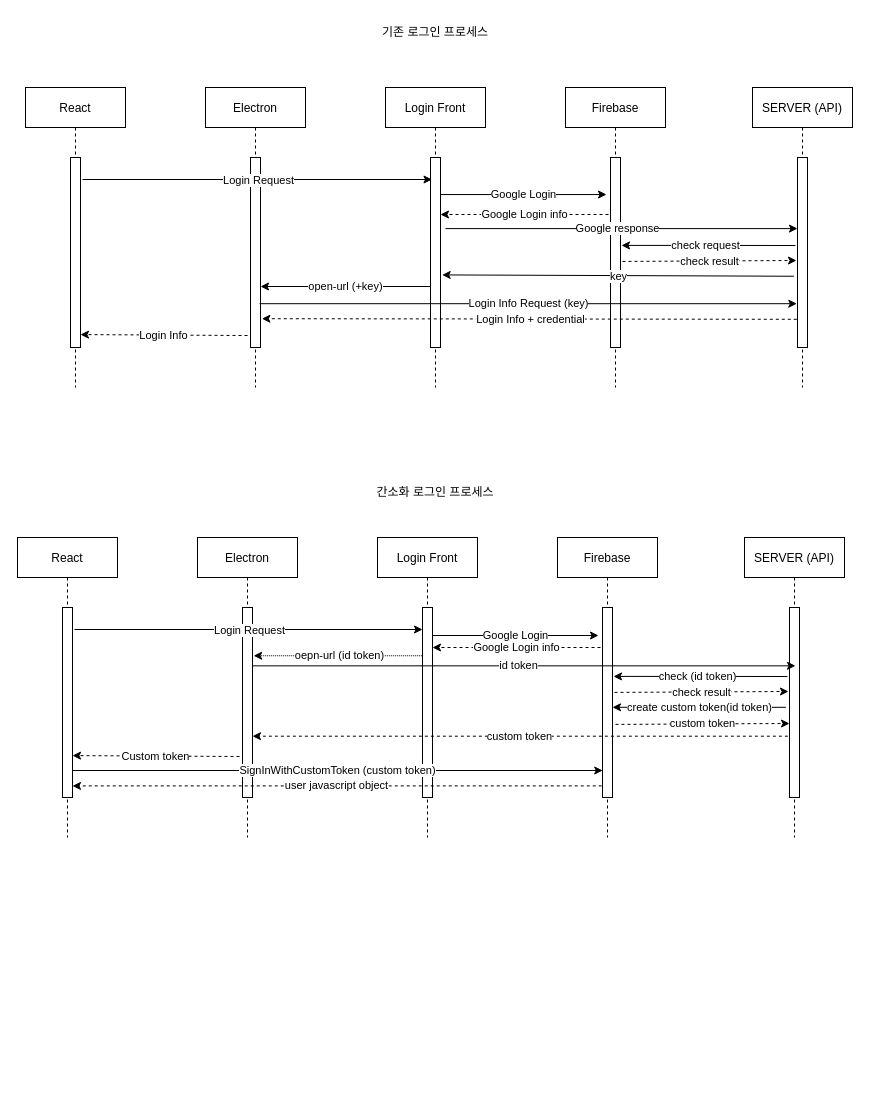
Before: PMS-login-process/Untitled Diagram.drawio in dev-hikun/save-draw-io, a draw.io diagram. Source tidied: cells renumbered, new cells numbered last; positions are measured from the earlier drawing's top-left corner, leaving out a move shared by most shapes. Both pictures are drawn from the tidied source at 100%, with x=0, y=0 at pixel (17, 17).
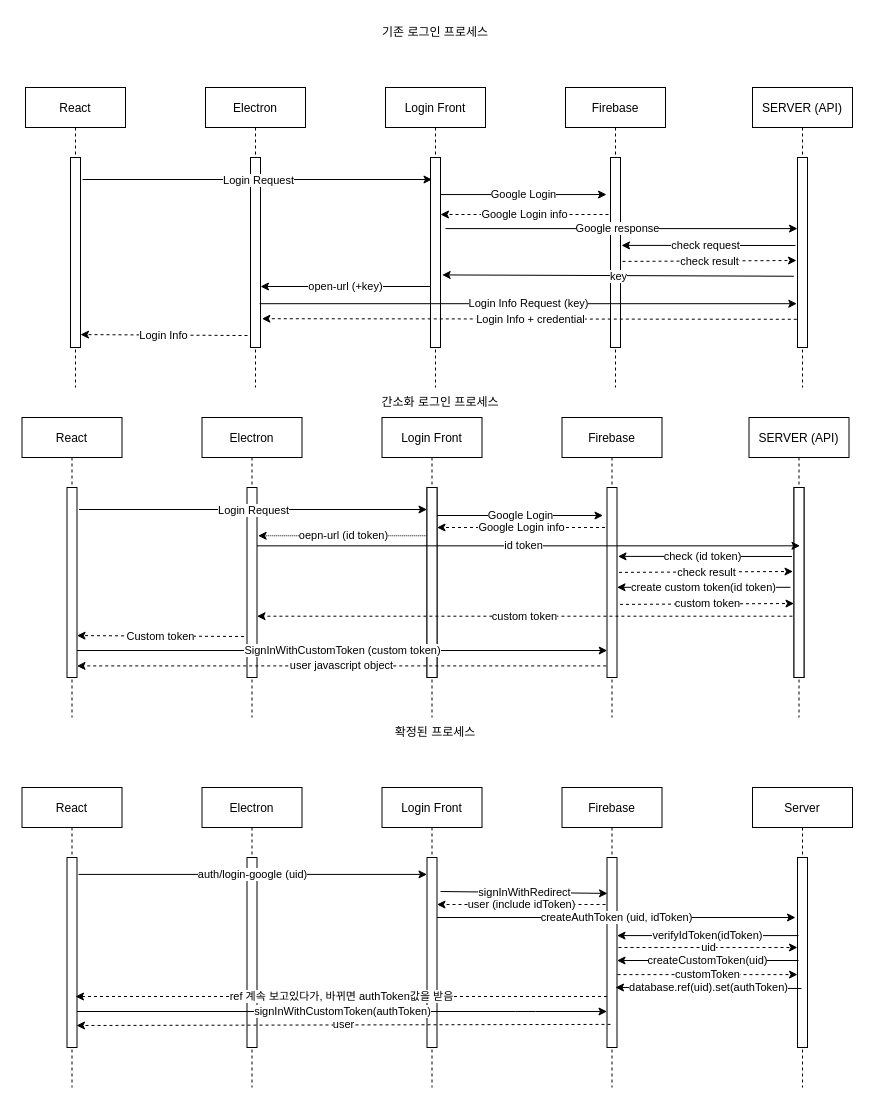
Above is the later version.

Commit message:
firebase db를 이용하는 로그인 방법 추가

The change refers to these unchanged cells:
```xml
<mxCell id="35" style="points=[];perimeter=orthogonalPerimeter;rounded=0;shadow=0;strokeWidth=1;" parent="33" vertex="1">
  <mxGeometry x="45" y="70" width="10" height="190" as="geometry" />
</mxCell>
```

What changed in the source:
```diff
@@
     <mxCell id="30" value="Custom token" style="rounded=0;orthogonalLoop=1;jettySize=auto;html=1;entryX=1;entryY=0.932;entryDx=0;entryDy=0;entryPerimeter=0;exitX=-0.3;exitY=0.937;exitDx=0;exitDy=0;exitPerimeter=0;dashed=1;" parent="1" edge="1">
       <mxGeometry relative="1" as="geometry">
-        <mxPoint x="222" y="739" as="sourcePoint" />
-        <mxPoint x="55" y="738.1" as="targetPoint" />
+        <mxPoint x="226.5" y="619" as="sourcePoint" />
+        <mxPoint x="59.5" y="618.1" as="targetPoint" />
       </mxGeometry>
     </mxCell>
     <mxCell id="31" value="Electron" style="shape=umlLifeline;perimeter=lifelinePerimeter;rounded=0;shadow=0;strokeWidth=1;" parent="1" vertex="1">
-      <mxGeometry x="180" y="520" width="100" height="300" as="geometry" />
+      <mxGeometry x="184.5" y="400" width="100" height="300" as="geometry" />
     </mxCell>
@@
     <mxCell id="33" value="Login Front" style="shape=umlLifeline;perimeter=lifelinePerimeter;rounded=0;shadow=0;strokeWidth=1;" parent="1" vertex="1">
-      <mxGeometry x="360" y="520" width="100" height="300" as="geometry" />
+      <mxGeometry x="364.5" y="400" width="100" height="300" as="geometry" />
     </mxCell>
@@
     <mxCell id="36" value="Firebase" style="shape=umlLifeline;perimeter=lifelinePerimeter;rounded=0;shadow=0;strokeWidth=1;" parent="1" vertex="1">
-      <mxGeometry x="540" y="520" width="100" height="300" as="geometry" />
+      <mxGeometry x="544.5" y="400" width="100" height="300" as="geometry" />
     </mxCell>
@@
     <mxCell id="38" value="Google Login" style="rounded=0;orthogonalLoop=1;jettySize=auto;html=1;entryX=-0.4;entryY=0.195;entryDx=0;entryDy=0;entryPerimeter=0;" parent="1" edge="1">
       <mxGeometry relative="1" as="geometry">
-        <mxPoint x="415" y="618" as="sourcePoint" />
-        <mxPoint x="581" y="618" as="targetPoint" />
+        <mxPoint x="419.5" y="498" as="sourcePoint" />
+        <mxPoint x="585.5" y="498" as="targetPoint" />
       </mxGeometry>
     </mxCell>
     <mxCell id="39" value="SERVER (API)" style="shape=umlLifeline;perimeter=lifelinePerimeter;rounded=0;shadow=0;strokeWidth=1;" parent="1" vertex="1">
-      <mxGeometry x="727" y="520" width="100" height="300" as="geometry" />
+      <mxGeometry x="731.5" y="400" width="100" height="300" as="geometry" />
     </mxCell>
@@
     <mxCell id="42" style="endArrow=classic;html=1;fontColor=#FF0808;exitX=1.2;exitY=0.158;exitDx=0;exitDy=0;exitPerimeter=0;" parent="1" edge="1" target="35">
       <mxGeometry relative="1" as="geometry">
-        <mxPoint x="57" y="612" as="sourcePoint" />
+        <mxPoint x="61.5" y="492" as="sourcePoint" />
       </mxGeometry>
     </mxCell>
@@
     <mxCell id="45" value="Google Login info" style="rounded=0;orthogonalLoop=1;jettySize=auto;html=1;dashed=1;exitX=-0.2;exitY=0.342;exitDx=0;exitDy=0;exitPerimeter=0;" parent="1" edge="1">
       <mxGeometry relative="1" as="geometry">
-        <mxPoint x="583" y="630" as="sourcePoint" />
-        <mxPoint x="415" y="630" as="targetPoint" />
+        <mxPoint x="587.5" y="510" as="sourcePoint" />
+        <mxPoint x="419.5" y="510" as="targetPoint" />
       </mxGeometry>
     </mxCell>
     <mxCell id="46" value="check (id token)" style="rounded=0;orthogonalLoop=1;jettySize=auto;html=1;entryX=1.1;entryY=0.526;entryDx=0;entryDy=0;entryPerimeter=0;" parent="1" edge="1">
       <mxGeometry x="0.03" relative="1" as="geometry">
-        <mxPoint x="770" y="659" as="sourcePoint" />
-        <mxPoint x="596" y="658.9" as="targetPoint" />
+        <mxPoint x="774.5" y="539" as="sourcePoint" />
+        <mxPoint x="600.5" y="538.9" as="targetPoint" />
       </mxGeometry>
     </mxCell>
     <mxCell id="47" value="&lt;font color=&quot;#000000&quot;&gt;custom token&lt;/font&gt;" style="endArrow=classic;html=1;fontColor=#FF0808;exitX=-0.157;exitY=0.688;exitDx=0;exitDy=0;exitPerimeter=0;dashed=1;" parent="1" edge="1">
       <mxGeometry relative="1" as="geometry">
-        <mxPoint x="770.4" y="718.7" as="sourcePoint" />
-        <mxPoint x="235" y="718.7" as="targetPoint" />
+        <mxPoint x="774.9" y="598.7" as="sourcePoint" />
+        <mxPoint x="239.5" y="598.7" as="targetPoint" />
       </mxGeometry>
     </mxCell>
     <mxCell id="48" value="React" style="shape=umlLifeline;perimeter=lifelinePerimeter;rounded=0;shadow=0;strokeWidth=1;" parent="1" vertex="1">
-      <mxGeometry y="520" width="100" height="300" as="geometry" />
+      <mxGeometry x="4.5" y="400" width="100" height="300" as="geometry" />
     </mxCell>
@@
     <mxCell id="50" style="endArrow=classic;html=1;dashed=1;exitX=1.2;exitY=0.547;exitDx=0;exitDy=0;exitPerimeter=0;" parent="1" edge="1">
       <mxGeometry relative="1" as="geometry">
-        <mxPoint x="597" y="674.9" as="sourcePoint" />
-        <mxPoint x="771" y="674" as="targetPoint" />
+        <mxPoint x="601.5" y="554.9" as="sourcePoint" />
+        <mxPoint x="775.5" y="554" as="targetPoint" />
       </mxGeometry>
     </mxCell>
@@
     <mxCell id="52" style="endArrow=classic;html=1;exitX=-0.362;exitY=0.625;exitDx=0;exitDy=0;exitPerimeter=0;" parent="1" edge="1">
       <mxGeometry relative="1" as="geometry">
-        <mxPoint x="768.4" y="689.8" as="sourcePoint" />
-        <mxPoint x="595" y="689.8" as="targetPoint" />
+        <mxPoint x="772.9" y="569.8" as="sourcePoint" />
+        <mxPoint x="599.5" y="569.8" as="targetPoint" />
       </mxGeometry>
     </mxCell>
@@
     <mxCell id="54" value="간소화 로그인 프로세스" style="text;html=1;strokeColor=none;fillColor=none;align=center;verticalAlign=middle;whiteSpace=wrap;rounded=0;" parent="1" vertex="1">
-      <mxGeometry x="358" y="460" width="120" height="30" as="geometry" />
+      <mxGeometry x="362.5" y="370" width="120" height="30" as="geometry" />
     </mxCell>
     <mxCell id="55" style="endArrow=classic;html=1;dashed=1;exitX=1.2;exitY=0.547;exitDx=0;exitDy=0;exitPerimeter=0;" parent="1" edge="1">
       <mxGeometry relative="1" as="geometry">
-        <mxPoint x="598" y="706.9" as="sourcePoint" />
-        <mxPoint x="772" y="706" as="targetPoint" />
+        <mxPoint x="602.5" y="586.9" as="sourcePoint" />
+        <mxPoint x="776.5" y="586" as="targetPoint" />
       </mxGeometry>
     </mxCell>
@@
+    <mxCell id="60" value="확정된 프로세스" style="text;html=1;strokeColor=none;fillColor=none;align=center;verticalAlign=middle;whiteSpace=wrap;rounded=0;" parent="1" vertex="1">
+      <mxGeometry x="358" y="700" width="120" height="30" as="geometry" />
+    </mxCell>
+    <mxCell id="61" value="React" style="shape=umlLifeline;perimeter=lifelinePerimeter;rounded=0;shadow=0;strokeWidth=1;" parent="1" vertex="1">
+      <mxGeometry x="4.5" y="770" width="100" height="300" as="geometry" />
+    </mxCell>
+    <mxCell id="62" style="points=[];perimeter=orthogonalPerimeter;rounded=0;shadow=0;strokeWidth=1;" parent="61" vertex="1">
+      <mxGeometry x="45" y="70" width="10" height="190" as="geometry" />
+    </mxCell>
+    <mxCell id="63" value="Electron" style="shape=umlLifeline;perimeter=lifelinePerimeter;rounded=0;shadow=0;strokeWidth=1;" parent="1" vertex="1">
+      <mxGeometry x="184.5" y="770" width="100" height="300" as="geometry" />
+    </mxCell>
+    <mxCell id="64" style="perimeter=orthogonalPerimeter;rounded=0;shadow=0;strokeWidth=1;" parent="63" vertex="1">
+      <mxGeometry x="45" y="70" width="10" height="190" as="geometry" />
+    </mxCell>
+    <mxCell id="65" value="Login Front" style="shape=umlLifeline;perimeter=lifelinePerimeter;rounded=0;shadow=0;strokeWidth=1;" parent="1" vertex="1">
+      <mxGeometry x="364.5" y="770" width="100" height="300" as="geometry" />
+    </mxCell>
+    <mxCell id="66" style="points=[];perimeter=orthogonalPerimeter;rounded=0;shadow=0;strokeWidth=1;" parent="65" vertex="1">
+      <mxGeometry x="45" y="70" width="10" height="190" as="geometry" />
+    </mxCell>
+    <mxCell id="67" value="Firebase" style="shape=umlLifeline;perimeter=lifelinePerimeter;rounded=0;shadow=0;strokeWidth=1;" parent="1" vertex="1">
+      <mxGeometry x="544.5" y="770" width="100" height="300" as="geometry" />
+    </mxCell>
+    <mxCell id="68" style="points=[];perimeter=orthogonalPerimeter;rounded=0;shadow=0;strokeWidth=1;" parent="67" vertex="1">
+      <mxGeometry x="45" y="70" width="10" height="190" as="geometry" />
+    </mxCell>
+    <mxCell id="69" value="Server" style="shape=umlLifeline;perimeter=lifelinePerimeter;rounded=0;shadow=0;strokeWidth=1;" parent="1" vertex="1">
+      <mxGeometry x="735" y="770" width="100" height="300" as="geometry" />
+    </mxCell>
+    <mxCell id="70" style="points=[];perimeter=orthogonalPerimeter;rounded=0;shadow=0;strokeWidth=1;" parent="69" vertex="1">
+      <mxGeometry x="45" y="70" width="10" height="190" as="geometry" />
+    </mxCell>
+    <mxCell id="71" value="auth/login-google (uid)" style="endArrow=classic;html=1;exitX=1.15;exitY=0.089;exitDx=0;exitDy=0;exitPerimeter=0;" parent="1" edge="1" source="62" target="66">
+      <mxGeometry relative="1" as="geometry" />
+    </mxCell>
+    <mxCell id="72" value="signInWithRedirect" style="endArrow=classic;html=1;exitX=1.35;exitY=0.179;exitDx=0;exitDy=0;exitPerimeter=0;entryX=0.05;entryY=0.189;entryDx=0;entryDy=0;entryPerimeter=0;" parent="1" edge="1" source="66" target="68">
+      <mxGeometry relative="1" as="geometry" />
+    </mxCell>
+    <mxCell id="73" value="user (include idToken)" style="endArrow=classic;html=1;exitX=-0.15;exitY=0.279;exitDx=0;exitDy=0;exitPerimeter=0;dashed=1;" parent="1" edge="1">
+      <mxGeometry relative="1" as="geometry">
+        <mxPoint x="588" y="887" as="sourcePoint" />
+        <mxPoint x="419.5" y="887" as="targetPoint" />
+      </mxGeometry>
+    </mxCell>
+    <mxCell id="74" value="createAuthToken (uid, idToken)" style="endArrow=classic;html=1;" parent="1" edge="1" source="66">
+      <mxGeometry relative="1" as="geometry">
+        <mxPoint x="778" y="900" as="targetPoint" />
+      </mxGeometry>
+    </mxCell>
+    <mxCell id="75" value="verifyIdToken(idToken)" style="endArrow=classic;html=1;exitX=0.1;exitY=0.411;exitDx=0;exitDy=0;exitPerimeter=0;" parent="1" edge="1" source="70" target="68">
+      <mxGeometry relative="1" as="geometry" />
+    </mxCell>
+    <mxCell id="76" value="uid" style="endArrow=classic;html=1;exitX=1.15;exitY=0.463;exitDx=0;exitDy=0;exitPerimeter=0;dashed=1;" parent="1" edge="1">
+      <mxGeometry relative="1" as="geometry">
+        <mxPoint x="601" y="930" as="sourcePoint" />
+        <mxPoint x="780" y="930" as="targetPoint" />
+      </mxGeometry>
+    </mxCell>
+    <mxCell id="77" value="createCustomToken(uid)" style="endArrow=classic;html=1;exitX=0.1;exitY=0.563;exitDx=0;exitDy=0;exitPerimeter=0;" parent="1" edge="1">
+      <mxGeometry relative="1" as="geometry">
+        <mxPoint x="781" y="943" as="sourcePoint" />
+        <mxPoint x="599.5" y="943" as="targetPoint" />
+      </mxGeometry>
+    </mxCell>
+    <mxCell id="78" value="customToken" style="endArrow=classic;html=1;exitX=1.05;exitY=0.653;exitDx=0;exitDy=0;exitPerimeter=0;dashed=1;" parent="1" edge="1">
+      <mxGeometry relative="1" as="geometry">
+        <mxPoint x="600" y="957.1" as="sourcePoint" />
+        <mxPoint x="780" y="957.1" as="targetPoint" />
+      </mxGeometry>
+    </mxCell>
+    <mxCell id="79" value="database.ref(uid).set(authToken)" style="endArrow=classic;html=1;exitX=0.49;exitY=0.67;exitDx=0;exitDy=0;exitPerimeter=0;entryX=0.85;entryY=0.684;entryDx=0;entryDy=0;entryPerimeter=0;" parent="1" edge="1" source="69" target="68">
+      <mxGeometry relative="1" as="geometry" />
+    </mxCell>
+    <mxCell id="80" value="ref 계속 보고있다가, 바뀌면 authToken값을 받음" style="endArrow=classic;html=1;entryX=0.85;entryY=0.816;entryDx=0;entryDy=0;entryPerimeter=0;dashed=1;" parent="1" edge="1">
+      <mxGeometry relative="1" as="geometry">
+        <mxPoint x="589.5" y="979" as="sourcePoint" />
+        <mxPoint x="58" y="979" as="targetPoint" />
+      </mxGeometry>
+    </mxCell>
+    <mxCell id="81" value="signInWithCustomToken(authToken)" style="endArrow=classic;html=1;" parent="1" edge="1">
+      <mxGeometry relative="1" as="geometry">
+        <mxPoint x="59.5" y="994" as="sourcePoint" />
+        <mxPoint x="589.5" y="994" as="targetPoint" />
+        <Array as="points">
+          <mxPoint x="508" y="994" />
+        </Array>
+      </mxGeometry>
+    </mxCell>
+    <mxCell id="82" value="user" style="endArrow=classic;html=1;exitX=0.485;exitY=0.803;exitDx=0;exitDy=0;exitPerimeter=0;entryX=0.95;entryY=0.905;entryDx=0;entryDy=0;entryPerimeter=0;dashed=1;" parent="1" edge="1">
+      <mxGeometry relative="1" as="geometry">
+        <mxPoint x="593" y="1006.9" as="sourcePoint" />
+        <mxPoint x="59" y="1008" as="targetPoint" />
+      </mxGeometry>
+    </mxCell>
```
